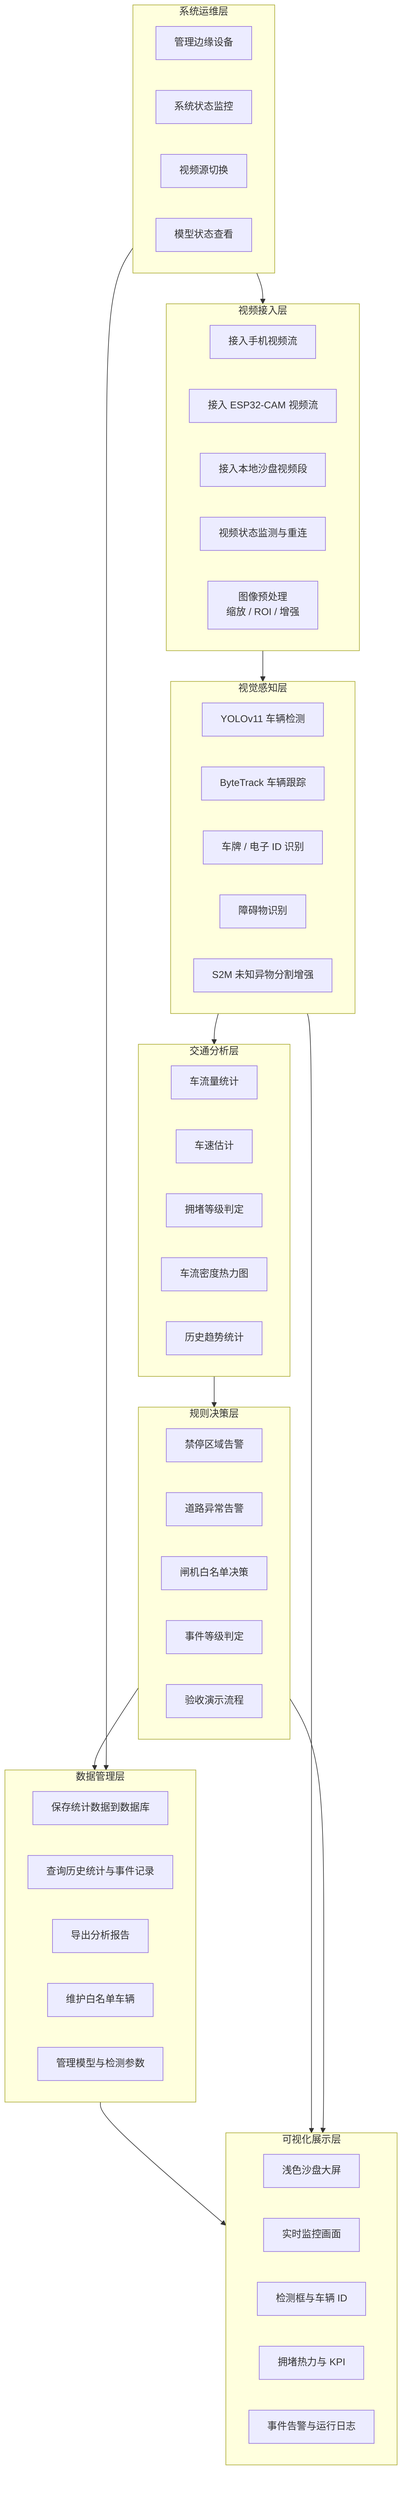
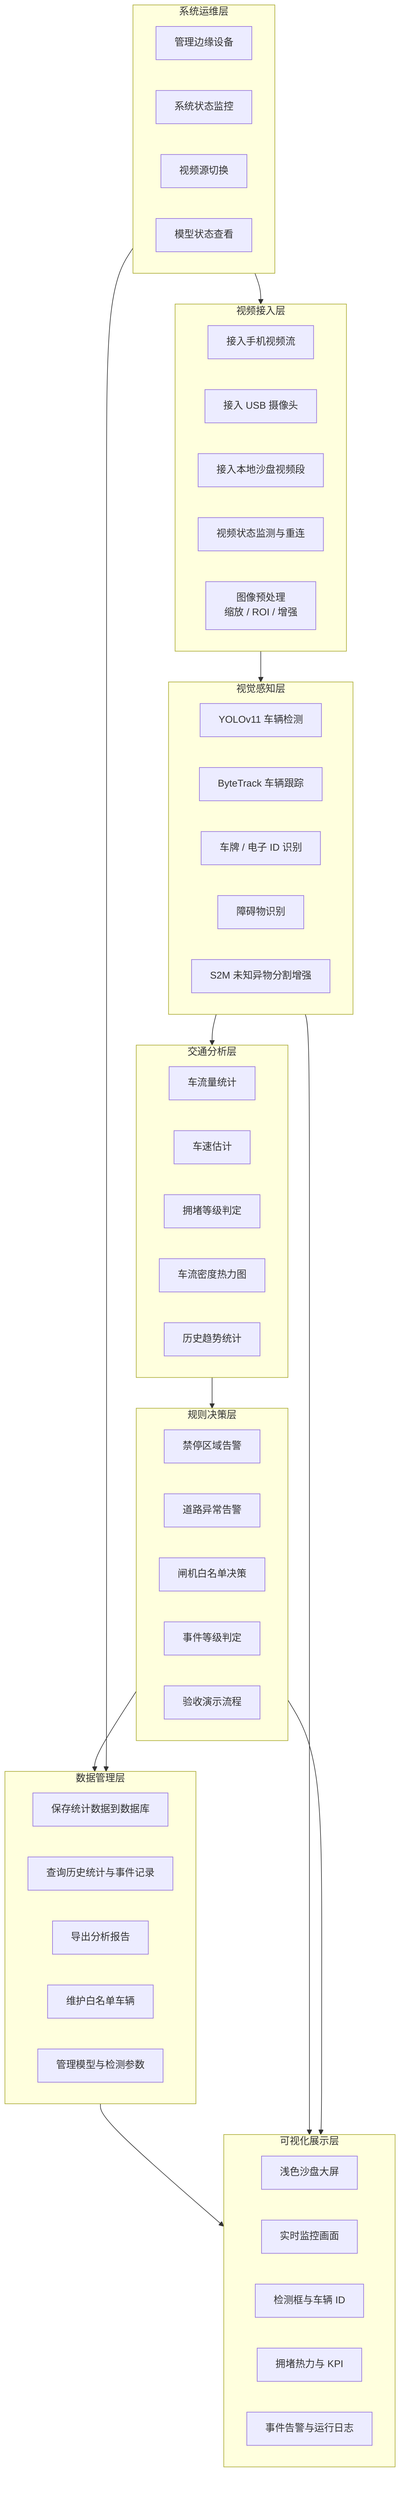
flowchart TB
    subgraph F1["视频接入层"]
        V1["接入手机视频流"]
-         V2["接入 ESP32-CAM 视频流"]
+         V2["接入 USB 摄像头"]
        V3["接入本地沙盘视频段"]
        V4["视频状态监测与重连"]
        V5["图像预处理\n缩放 / ROI / 增强"]
    end

    subgraph F2["视觉感知层"]
        A1["YOLOv11 车辆检测"]
        A2["ByteTrack 车辆跟踪"]
        A3["车牌 / 电子 ID 识别"]
        A4["障碍物识别"]
        A5["S2M 未知异物分割增强"]
    end

    subgraph F3["交通分析层"]
        T1["车流量统计"]
        T2["车速估计"]
        T3["拥堵等级判定"]
        T4["车流密度热力图"]
        T5["历史趋势统计"]
    end

    subgraph F4["规则决策层"]
        R1["禁停区域告警"]
        R2["道路异常告警"]
        R3["闸机白名单决策"]
        R4["事件等级判定"]
        R5["验收演示流程"]
    end

    subgraph F5["数据管理层"]
        D1["保存统计数据到数据库"]
        D2["查询历史统计与事件记录"]
        D3["导出分析报告"]
        D4["维护白名单车辆"]
        D5["管理模型与检测参数"]
    end

    subgraph F6["可视化展示层"]
        UI1["浅色沙盘大屏"]
        UI2["实时监控画面"]
        UI3["检测框与车辆 ID"]
        UI4["拥堵热力与 KPI"]
        UI5["事件告警与运行日志"]
    end

    subgraph F7["系统运维层"]
        O1["管理边缘设备"]
        O2["系统状态监控"]
        O3["视频源切换"]
        O4["模型状态查看"]
    end

    F1 --> F2
    F2 --> F3
    F3 --> F4
    F4 --> F5
    F5 --> F6
    F7 --> F1
    F7 --> F5
    F2 --> F6
    F4 --> F6
